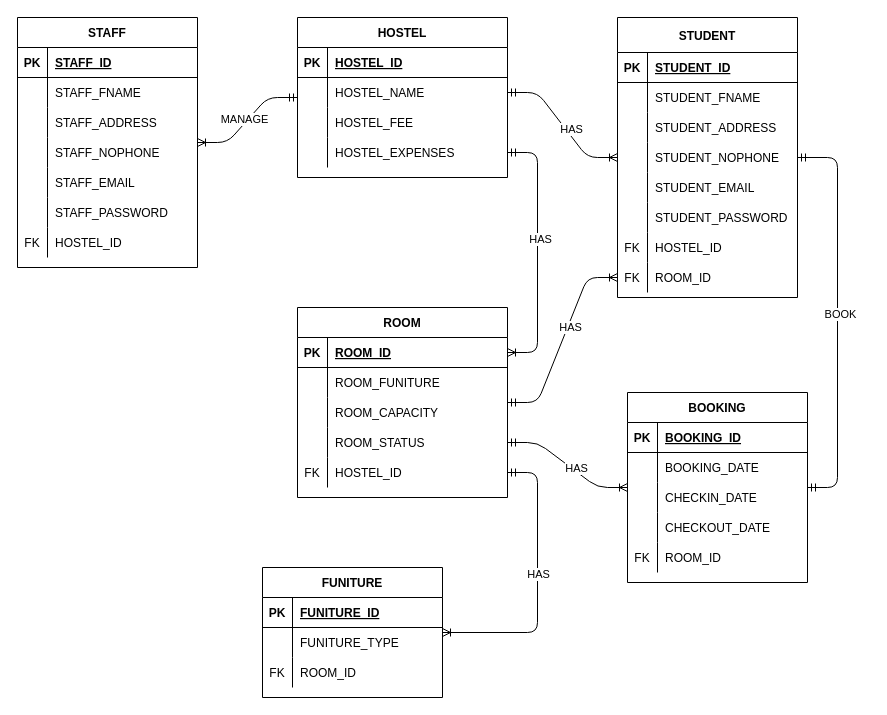
Before: Untitled Diagram.drawio in nabelanjwa/Week2ClassDiagram, a draw.io diagram. Source tidied: cells renumbered, new cells numbered last; positions are measured from the earlier drawing's top-left corner, leaving out a move shared by most shapes. Both pictures are drawn from the tidied source at 100%, with x=0, y=0 at pixel (17, 17).
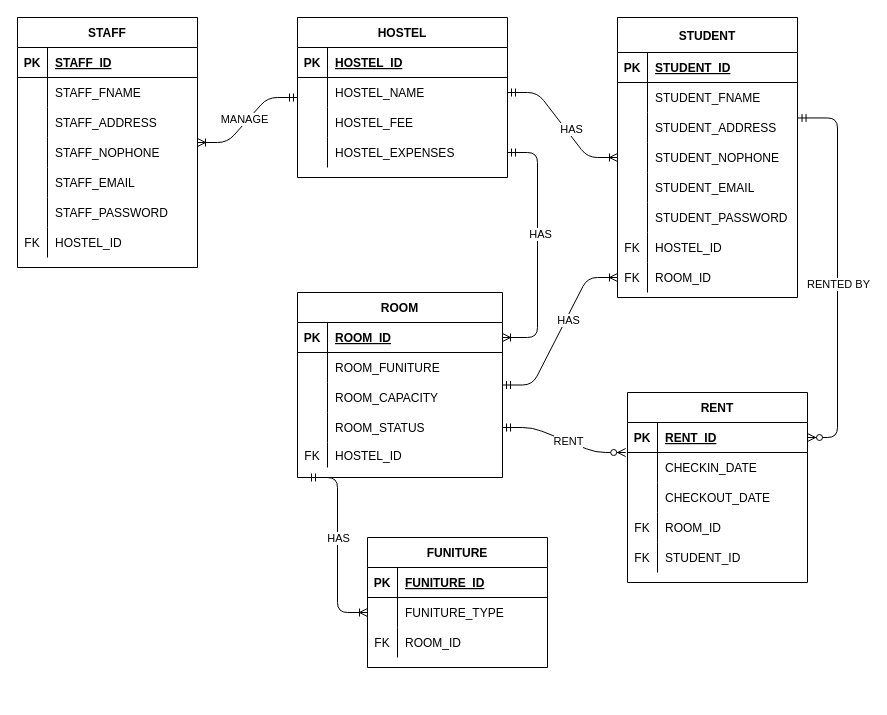
The same diagram, later.

Unchanged cells that the change refers to:
```xml
<mxCell id="12" style="shape=partialRectangle;fillColor=none;points=[[0,0.5],[1,0.5]];portConstraint=eastwest;top=0;left=0;right=0;bottom=0;" parent="2" vertex="1">
  <mxGeometry y="120" width="210" height="30" as="geometry" />
</mxCell>
<mxCell id="53" value="STUDENT" style="shape=table;startSize=35;childLayout=tableLayout;rowLines=0;fontStyle=1;align=center;" parent="1" vertex="1">
  <mxGeometry x="600" width="180" height="280" as="geometry" />
</mxCell>
<mxCell id="60" style="shape=partialRectangle;fillColor=none;top=0;left=0;bottom=0;right=0;points=[[0,0.5],[1,0.5]];portConstraint=eastwest;" parent="53" vertex="1">
  <mxGeometry y="95" width="180" height="30" as="geometry" />
</mxCell>
<mxCell id="82" style="shape=partialRectangle;fillColor=none;top=0;left=0;bottom=0;right=0;points=[[0,0.5],[1,0.5]];portConstraint=eastwest;" parent="78" vertex="1">
  <mxGeometry y="60" width="180" height="30" as="geometry" />
</mxCell>
<mxCell id="89" style="shape=partialRectangle;fillColor=none;top=0;left=0;bottom=1;right=0;points=[[0,0.5],[1,0.5]];portConstraint=eastwest;" parent="88" vertex="1">
  <mxGeometry y="30" width="180" height="30" as="geometry" />
</mxCell>
```

Diff of the diagram source:
```diff
@@
     <mxCell id="15" value="ROOM" style="shape=table;startSize=30;childLayout=tableLayout;rowLines=0;fontStyle=1;align=center;" parent="1" vertex="1">
-      <mxGeometry x="280" y="290" width="210" height="190" as="geometry" />
+      <mxGeometry x="280" y="275" width="205" height="185" as="geometry" />
     </mxCell>
     <mxCell id="16" style="shape=partialRectangle;fillColor=none;points=[[0,0.5],[1,0.5]];portConstraint=eastwest;top=0;left=0;right=0;bottom=1;" parent="15" vertex="1">
-      <mxGeometry y="30" width="210" height="30" as="geometry" />
+      <mxGeometry y="30" width="205" height="30" as="geometry" />
     </mxCell>
@@
     <mxCell id="18" value="ROOM_ID" style="shape=partialRectangle;overflow=hidden;fillColor=none;top=0;left=0;bottom=0;right=0;align=left;spacingLeft=6;fontStyle=5;" parent="16" vertex="1">
-      <mxGeometry x="30" width="180" height="30" as="geometry" />
+      <mxGeometry x="30" width="175" height="30" as="geometry" />
     </mxCell>
     <mxCell id="19" style="shape=partialRectangle;fillColor=none;top=0;left=0;right=0;bottom=0;" parent="15" vertex="1">
-      <mxGeometry y="60" width="210" height="30" as="geometry" />
+      <mxGeometry y="60" width="205" height="30" as="geometry" />
     </mxCell>
@@
     <mxCell id="21" value="ROOM_FUNITURE" style="shape=partialRectangle;overflow=hidden;fillColor=none;top=0;left=0;bottom=0;right=0;align=left;spacingLeft=6;" parent="19" vertex="1">
-      <mxGeometry x="30" width="180" height="30" as="geometry" />
+      <mxGeometry x="30" width="175" height="30" as="geometry" />
     </mxCell>
     <mxCell id="22" style="shape=partialRectangle;fillColor=none;top=0;left=0;right=0;bottom=0;" parent="15" vertex="1">
-      <mxGeometry y="90" width="210" height="30" as="geometry" />
+      <mxGeometry y="90" width="205" height="30" as="geometry" />
     </mxCell>
@@
     <mxCell id="24" value="ROOM_CAPACITY" style="shape=partialRectangle;overflow=hidden;fillColor=none;top=0;left=0;bottom=0;right=0;align=left;spacingLeft=6;" parent="22" vertex="1">
-      <mxGeometry x="30" width="180" height="30" as="geometry" />
+      <mxGeometry x="30" width="175" height="30" as="geometry" />
     </mxCell>
     <mxCell id="25" style="shape=partialRectangle;fillColor=none;points=[[0,0.5],[1,0.5]];portConstraint=eastwest;top=0;left=0;right=0;bottom=0;" parent="15" vertex="1">
-      <mxGeometry y="120" width="210" height="30" as="geometry" />
+      <mxGeometry y="120" width="205" height="30" as="geometry" />
     </mxCell>
@@
     <mxCell id="27" value="ROOM_STATUS" style="shape=partialRectangle;overflow=hidden;fillColor=none;top=0;left=0;bottom=0;right=0;align=left;spacingLeft=6;" parent="25" vertex="1">
-      <mxGeometry x="30" width="180" height="30" as="geometry" />
+      <mxGeometry x="30" width="175" height="30" as="geometry" />
     </mxCell>
     <mxCell id="28" style="shape=partialRectangle;fillColor=none;points=[[0,0.5],[1,0.5]];portConstraint=eastwest;top=0;left=0;right=0;bottom=0;" parent="15" vertex="1">
-      <mxGeometry y="150" width="210" height="30" as="geometry" />
+      <mxGeometry y="150" width="205" height="25" as="geometry" />
     </mxCell>
     <mxCell id="29" value="FK" style="shape=partialRectangle;overflow=hidden;fillColor=none;top=0;left=0;bottom=0;right=0;" parent="28" vertex="1">
-      <mxGeometry width="30" height="30" as="geometry" />
+      <mxGeometry width="30" height="25" as="geometry" />
     </mxCell>
     <mxCell id="30" value="HOSTEL_ID" style="shape=partialRectangle;overflow=hidden;fillColor=none;top=0;left=0;bottom=0;right=0;align=left;spacingLeft=6;" parent="28" vertex="1">
-      <mxGeometry x="30" width="180" height="30" as="geometry" />
+      <mxGeometry x="30" width="175" height="25" as="geometry" />
     </mxCell>
@@
     <mxCell id="78" value="FUNITURE" style="shape=table;startSize=30;childLayout=tableLayout;rowLines=0;fontStyle=1;align=center;" parent="1" vertex="1">
-      <mxGeometry x="245" y="550" width="180" height="130" as="geometry" />
+      <mxGeometry x="350" y="520" width="180" height="130" as="geometry" />
     </mxCell>
@@
-    <mxCell id="88" value="BOOKING" style="shape=table;startSize=30;childLayout=tableLayout;rowLines=0;fontStyle=1;align=center;" parent="1" vertex="1">
+    <mxCell id="88" value="RENT" style="shape=table;startSize=30;childLayout=tableLayout;rowLines=0;fontStyle=1;align=center;" parent="1" vertex="1">
       <mxGeometry x="610" y="375" width="180" height="190" as="geometry" />
     </mxCell>
@@
-    <mxCell id="91" value="BOOKING_ID" style="shape=partialRectangle;fillColor=none;top=0;left=0;bottom=0;right=0;align=left;spacingLeft=6;fontStyle=5;overflow=hidden;" parent="89" vertex="1">
+    <mxCell id="91" value="RENT_ID" style="shape=partialRectangle;fillColor=none;top=0;left=0;bottom=0;right=0;align=left;spacingLeft=6;fontStyle=5;overflow=hidden;" parent="89" vertex="1">
       <mxGeometry x="30" width="150" height="30" as="geometry" />
     </mxCell>
-    <mxCell id="92" style="shape=partialRectangle;fillColor=none;top=0;left=0;bottom=0;right=0;" parent="88" vertex="1">
-      <mxGeometry y="60" width="180" height="30" as="geometry" />
-    </mxCell>
-    <mxCell id="93" style="shape=partialRectangle;fillColor=none;top=0;left=0;bottom=0;right=0;overflow=hidden;" parent="92" vertex="1">
-      <mxGeometry width="30" height="30" as="geometry" />
-    </mxCell>
-    <mxCell id="94" value="BOOKING_DATE" style="shape=partialRectangle;fillColor=none;top=0;left=0;bottom=0;right=0;align=left;spacingLeft=6;overflow=hidden;" parent="92" vertex="1">
-      <mxGeometry x="30" width="150" height="30" as="geometry" />
-    </mxCell>
     <mxCell id="95" style="shape=partialRectangle;fillColor=none;top=0;left=0;bottom=0;right=0;" parent="88" vertex="1">
-      <mxGeometry y="90" width="180" height="30" as="geometry" />
+      <mxGeometry y="60" width="180" height="30" as="geometry" />
     </mxCell>
@@
     <mxCell id="98" style="shape=partialRectangle;fillColor=none;top=0;left=0;bottom=0;right=0;" parent="88" vertex="1">
-      <mxGeometry y="120" width="180" height="30" as="geometry" />
+      <mxGeometry y="90" width="180" height="30" as="geometry" />
     </mxCell>
@@
     <mxCell id="101" style="shape=partialRectangle;fillColor=none;top=0;left=0;bottom=0;right=0;" parent="88" vertex="1">
-      <mxGeometry y="150" width="180" height="30" as="geometry" />
+      <mxGeometry y="120" width="180" height="30" as="geometry" />
     </mxCell>
@@
+    <mxCell id="118" style="shape=partialRectangle;fillColor=none;top=0;left=0;bottom=0;right=0;" parent="88" vertex="1">
+      <mxGeometry y="150" width="180" height="30" as="geometry" />
+    </mxCell>
+    <mxCell id="119" value="FK" style="shape=partialRectangle;fillColor=none;top=0;left=0;bottom=0;right=0;overflow=hidden;" parent="118" vertex="1">
+      <mxGeometry width="30" height="30" as="geometry" />
+    </mxCell>
+    <mxCell id="120" value="STUDENT_ID" style="shape=partialRectangle;fillColor=none;top=0;left=0;bottom=0;right=0;align=left;spacingLeft=6;overflow=hidden;" parent="118" vertex="1">
+      <mxGeometry x="30" width="150" height="30" as="geometry" />
+    </mxCell>
@@
-    <mxCell id="106" style="edgeStyle=entityRelationEdgeStyle;fontSize=12;html=1;endArrow=ERoneToMany;startArrow=ERmandOne;exitX=1;exitY=0.5;exitDx=0;exitDy=0;entryX=1;entryY=0.5;entryDx=0;entryDy=0;" parent="1" edge="1" source="12" target="16">
+    <mxCell id="106" style="edgeStyle=entityRelationEdgeStyle;fontSize=12;html=1;endArrow=ERoneToMany;startArrow=ERmandOne;" parent="1" edge="1" source="12" target="16">
       <mxGeometry relative="1" as="geometry" />
     </mxCell>
@@
-    <mxCell id="110" style="edgeStyle=entityRelationEdgeStyle;fontSize=12;html=1;endArrow=ERoneToMany;startArrow=ERmandOne;" parent="1" edge="1" source="28" target="78">
-      <mxGeometry relative="1" as="geometry" />
+    <mxCell id="110" style="edgeStyle=entityRelationEdgeStyle;fontSize=12;html=1;endArrow=ERoneToMany;startArrow=ERmandOne;entryX=0;entryY=0.5;entryDx=0;entryDy=0;" parent="1" edge="1" target="82">
+      <mxGeometry relative="1" as="geometry">
+        <mxPoint x="290" y="460" as="sourcePoint" />
+      </mxGeometry>
     </mxCell>
@@
-    <mxCell id="112" style="edgeStyle=entityRelationEdgeStyle;fontSize=12;html=1;endArrow=ERoneToMany;startArrow=ERmandOne;" parent="1" edge="1" source="25" target="88">
-      <mxGeometry relative="1" as="geometry" />
-    </mxCell>
-    <mxCell id="113" value="HAS" style="edgeLabel;html=1;align=center;verticalAlign=middle;" parent="112" vertex="1">
-      <mxGeometry x="0.12" y="3" relative="1" as="geometry" />
-    </mxCell>
@@
-    <mxCell id="116" style="edgeStyle=entityRelationEdgeStyle;fontSize=12;html=1;endArrow=ERmandOne;startArrow=ERmandOne;" parent="1" edge="1" source="88" target="53">
-      <mxGeometry relative="1" as="geometry" />
-    </mxCell>
-    <mxCell id="117" value="BOOK" style="edgeLabel;html=1;align=center;verticalAlign=middle;" parent="116" vertex="1">
-      <mxGeometry x="0.02" y="-2" relative="1" as="geometry" />
-    </mxCell>
+    <mxCell id="121" style="edgeStyle=entityRelationEdgeStyle;fontSize=12;html=1;endArrow=ERzeroToMany;startArrow=ERmandOne;exitX=1.003;exitY=0.182;exitDx=0;exitDy=0;exitPerimeter=0;" parent="1" edge="1" source="60" target="89">
+      <mxGeometry relative="1" as="geometry" />
+    </mxCell>
+    <mxCell id="122" value="RENTED BY" style="edgeLabel;html=1;align=center;verticalAlign=middle;" parent="121" vertex="1">
+      <mxGeometry x="0.06" relative="1" as="geometry" />
+    </mxCell>
+    <mxCell id="123" style="edgeStyle=entityRelationEdgeStyle;fontSize=12;html=1;endArrow=ERzeroToMany;startArrow=ERmandOne;entryX=-0.01;entryY=1;entryDx=0;entryDy=0;entryPerimeter=0;" parent="1" edge="1" source="25" target="89">
+      <mxGeometry relative="1" as="geometry" />
+    </mxCell>
+    <mxCell id="124" value="RENT" style="edgeLabel;html=1;align=center;verticalAlign=middle;" parent="123" vertex="1">
+      <mxGeometry x="0.06" relative="1" as="geometry" />
+    </mxCell>
```
